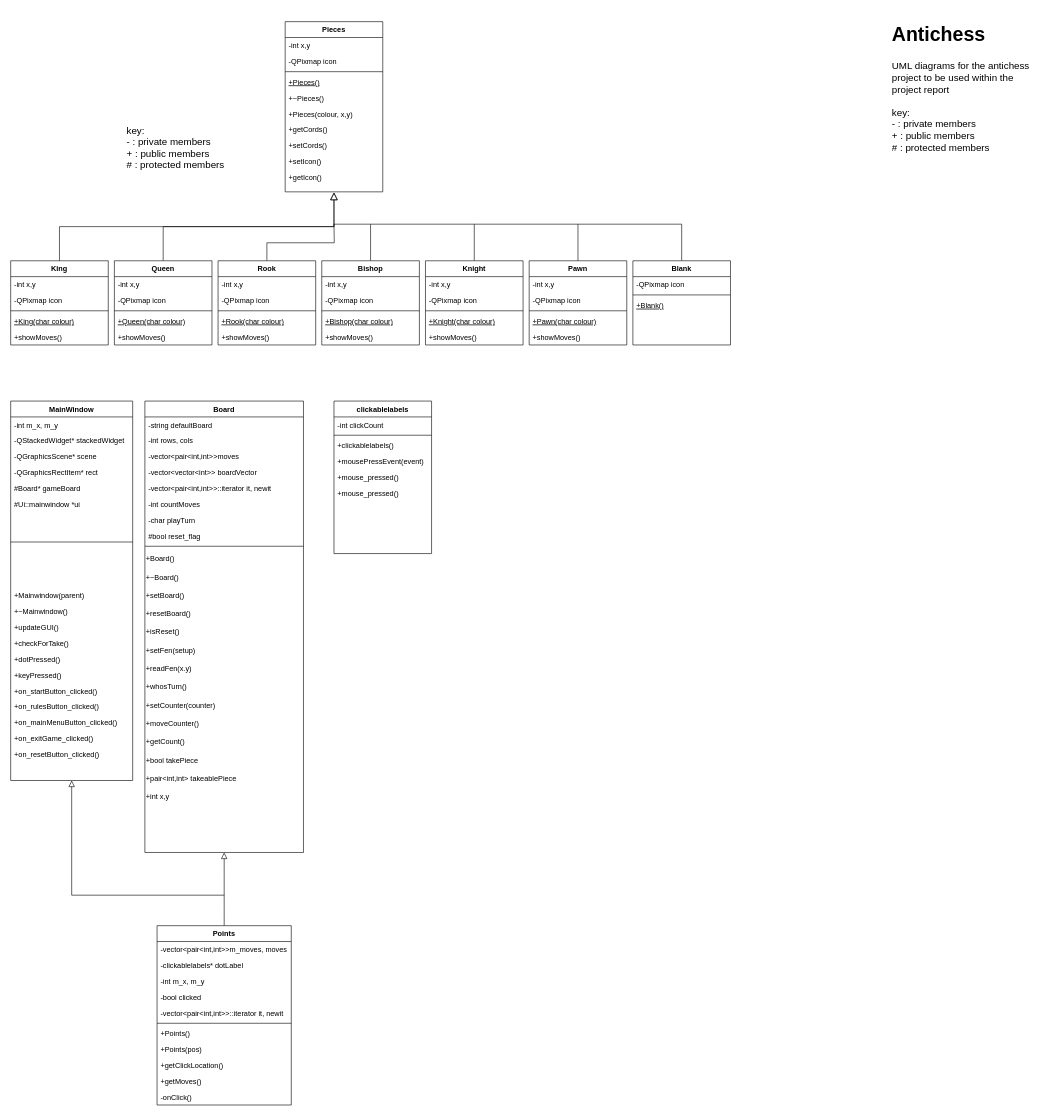
This is UML Diagram.drawio from L0G4NN/EE273Project, a draw.io file, before an edit. Source tidied: cells renumbered, new cells numbered last; positions are measured from the earlier drawing's top-left corner, leaving out a move shared by most shapes. Both pictures are drawn from the tidied source at 61%, with x=0, y=0 at pixel (10, 16).
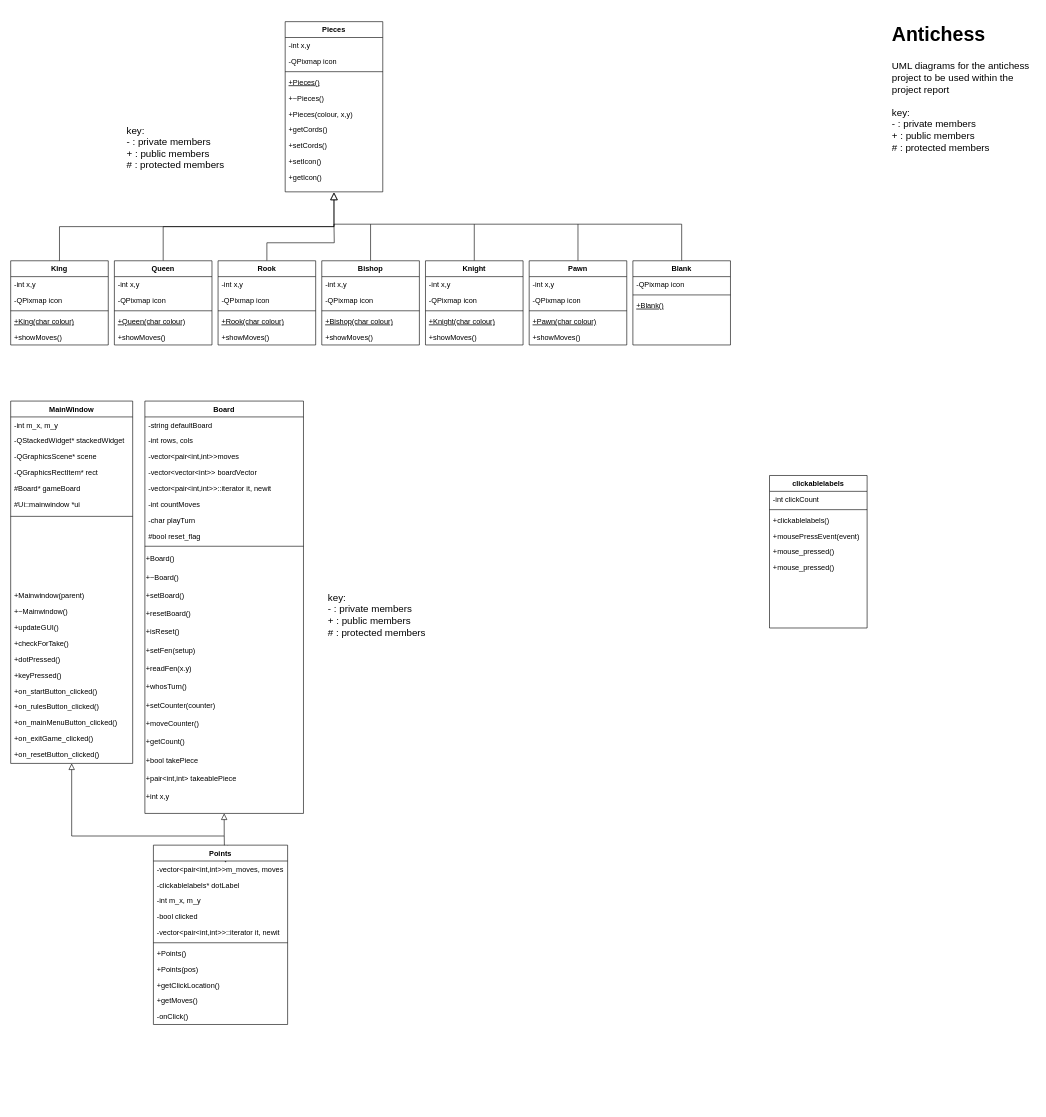
The same diagram, later.

The change refers to these unchanged cells:
```xml
<mxCell id="92" style="group;" parent="1" vertex="1">
  <mxGeometry y="630" width="200" height="622" as="geometry" />
</mxCell>
```

The edit, as a diff of the source:
```diff
@@
     <mxCell id="60" value="Board" style="swimlane;fontStyle=1;align=center;verticalAlign=top;horizontal=1;startSize=26;rounded=0;shadow=0;strokeWidth=1;" parent="1" vertex="1">
-      <mxGeometry x="220" y="630" width="260" height="740" as="geometry" />
+      <mxGeometry x="220" y="630" width="260" height="676" as="geometry" />
     </mxCell>
@@
     <mxCell id="84" value="clickablelabels&#10;" style="swimlane;fontStyle=1;align=center;verticalAlign=top;horizontal=1;startSize=26;rounded=0;shadow=0;strokeWidth=1;" parent="1" vertex="1">
-      <mxGeometry x="530" y="630" width="160" height="250" as="geometry" />
+      <mxGeometry x="1244" y="752" width="160" height="250" as="geometry" />
     </mxCell>
@@
     <mxCell id="93" value="MainWindow" style="swimlane;fontStyle=1;align=center;verticalAlign=middle;horizontal=1;startSize=26;rounded=0;shadow=0;strokeWidth=1;fontSize=12;labelBorderColor=none;labelBackgroundColor=none;" parent="92" vertex="1">
-      <mxGeometry width="200" height="622" as="geometry" />
+      <mxGeometry width="200" height="594" as="geometry" />
     </mxCell>
@@
     <mxCell id="99" style="line;html=1;strokeWidth=1;align=left;verticalAlign=middle;spacingTop=-1;spacingLeft=3;spacingRight=3;labelPosition=right;" parent="92" vertex="1">
-      <mxGeometry y="156" width="200" height="150" as="geometry" />
+      <mxGeometry y="156" width="200" height="66" as="geometry" />
     </mxCell>
@@
-    <mxCell id="113" style="edgeStyle=none;rounded=0;jettySize=auto;html=1;entryX=0.5;entryY=1;entryDx=0;entryDy=0;fontSize=12;startSize=8;endSize=8;endArrow=block;endFill=0;" parent="1" edge="1" target="93">
-      <mxGeometry relative="1" as="geometry">
-        <mxPoint x="350" y="1440" as="sourcePoint" />
-        <Array as="points">
-          <mxPoint x="100" y="1440" />
-        </Array>
-      </mxGeometry>
-    </mxCell>
     <mxCell id="114" value="Points" style="swimlane;fontStyle=1;align=center;verticalAlign=top;horizontal=1;startSize=26;rounded=0;shadow=0;strokeWidth=1;" parent="1" vertex="1">
-      <mxGeometry x="240" y="1490" width="220" height="294" as="geometry" />
+      <mxGeometry x="234" y="1358" width="220" height="294" as="geometry" />
     </mxCell>
@@
+    <mxCell id="127" value="&lt;br&gt;&lt;div style=&quot;border-color: var(--border-color); text-align: left;&quot;&gt;key:&lt;/div&gt;&lt;div style=&quot;border-color: var(--border-color); text-align: left;&quot;&gt;- : private members&lt;/div&gt;&lt;div style=&quot;border-color: var(--border-color); text-align: left;&quot;&gt;+ : public members&lt;/div&gt;&lt;div style=&quot;border-color: var(--border-color); text-align: left;&quot;&gt;# : protected members&lt;/div&gt;" style="text;html=1;align=center;verticalAlign=middle;strokeColor=none;fillColor=none;fontSize=16;" parent="1" vertex="1">
+      <mxGeometry x="510" y="916" width="180" height="110" as="geometry" />
+    </mxCell>
+    <mxCell id="128" style="edgeStyle=none;rounded=0;jettySize=auto;html=1;entryX=0.5;entryY=1;entryDx=0;entryDy=0;fontSize=12;startSize=8;endSize=8;endArrow=block;endFill=0;" parent="1" edge="1" target="93">
+      <mxGeometry relative="1" as="geometry">
+        <mxPoint x="350" y="1343" as="sourcePoint" />
+        <Array as="points">
+          <mxPoint x="100" y="1343" />
+        </Array>
+      </mxGeometry>
+    </mxCell>
```
